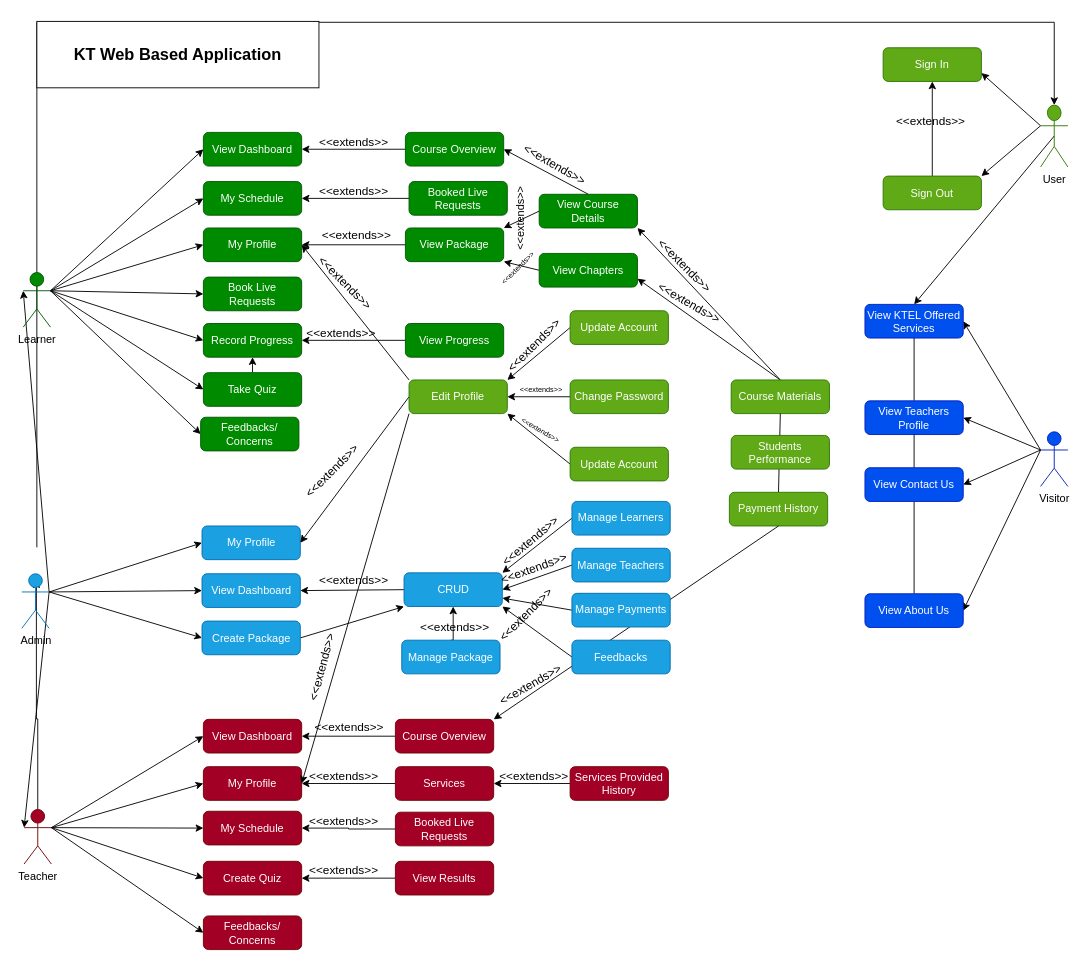
Earlier version of the draw.io diagram page "Learner Use Case Diagram" (12 of 12) of Untitled Diagram.drawio (Nashciong/JavaCodes). Source tidied: cells renumbered, new cells numbered last; positions are measured from the earlier drawing's top-left corner, leaving out a move shared by most shapes. Both pictures are drawn from the tidied source at 91%, with x=0, y=0 at pixel (21, 21).
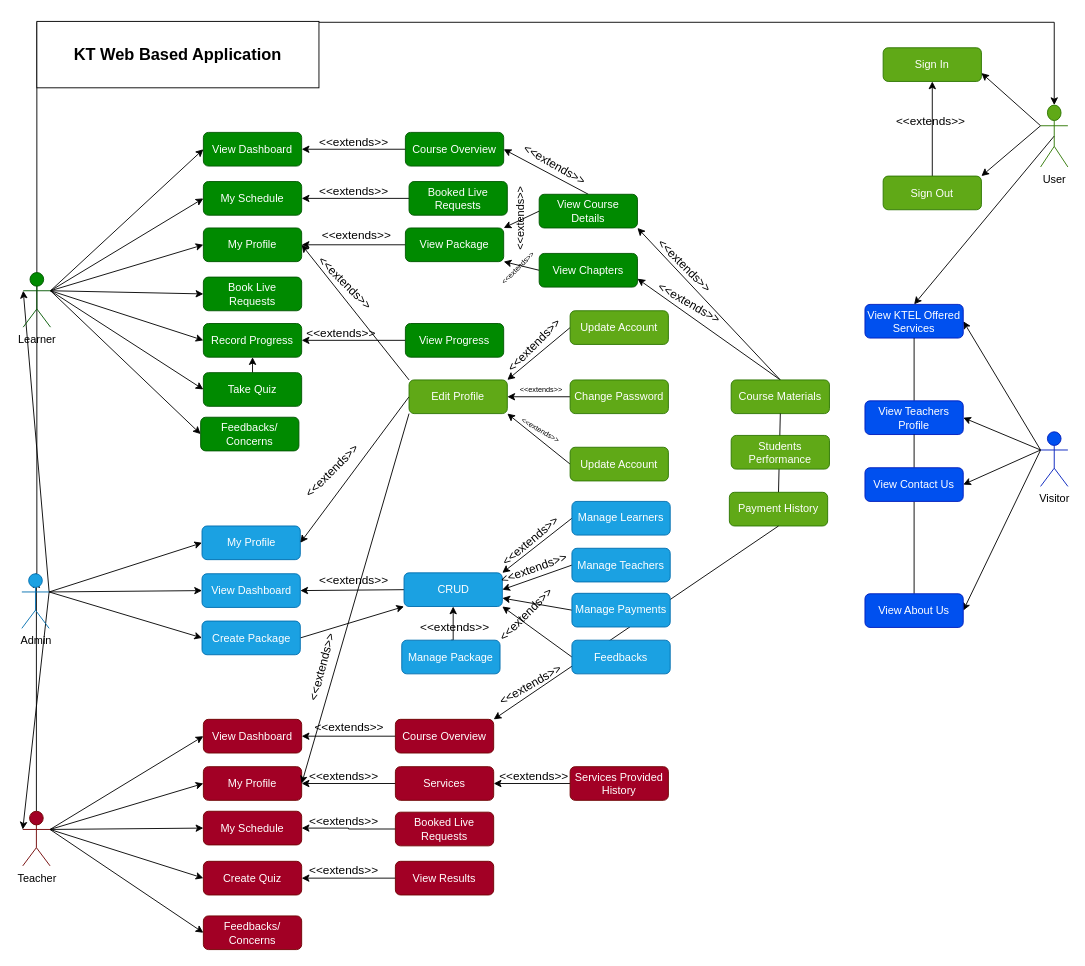
The same diagram, later.

Commit message:
Updated Admin Use Case

Unchanged cells that the change refers to:
```xml
<mxCell id="96" value="Admin" style="shape=umlActor;verticalLabelPosition=bottom;verticalAlign=top;html=1;outlineConnect=0;fillColor=#1ba1e2;fontColor=#000000;strokeColor=#006EAF;" parent="1" vertex="1">
  <mxGeometry x="0.5" y="607" width="30" height="60" as="geometry" />
</mxCell>
<mxCell id="99" value="User" style="shape=umlActor;verticalLabelPosition=bottom;verticalAlign=top;html=1;outlineConnect=0;fillColor=#60a917;fontColor=#000000;strokeColor=#2D7600;" parent="1" vertex="1">
  <mxGeometry x="1120" y="92" width="30" height="68" as="geometry" />
</mxCell>
```

The edit, as a diff of the source:
```diff
@@
-    <mxCell id="19" style="edgeStyle=orthogonalEdgeStyle;rounded=0;jettySize=auto;html=1;exitX=0.5;exitY=0;exitDx=0;exitDy=0;exitPerimeter=0;entryX=0.5;entryY=0;entryDx=0;entryDy=0;entryPerimeter=0;" parent="1" edge="1" target="99">
+    <mxCell id="19" style="edgeStyle=orthogonalEdgeStyle;rounded=0;jettySize=auto;html=1;entryX=0.5;entryY=0;entryDx=0;entryDy=0;entryPerimeter=0;exitX=0.5;exitY=0;exitDx=0;exitDy=0;exitPerimeter=0;" parent="1" edge="1" source="96" target="99">
       <mxGeometry relative="1" as="geometry">
-        <mxPoint x="17" y="578" as="sourcePoint" />
         <Array as="points">
+          <mxPoint x="17" y="607" />
           <mxPoint x="17" y="1" />
           <mxPoint x="1135" y="1" />
         </Array>
       </mxGeometry>
     </mxCell>
@@
     <mxCell id="21" value="Teacher" style="shape=umlActor;verticalLabelPosition=bottom;verticalAlign=top;html=1;outlineConnect=0;fillColor=#a20025;fontColor=#000000;strokeColor=#6F0000;" parent="1" vertex="1">
-      <mxGeometry x="3" y="866" width="30" height="60" as="geometry" />
+      <mxGeometry x="1.5" y="868" width="30" height="60" as="geometry" />
     </mxCell>
```
